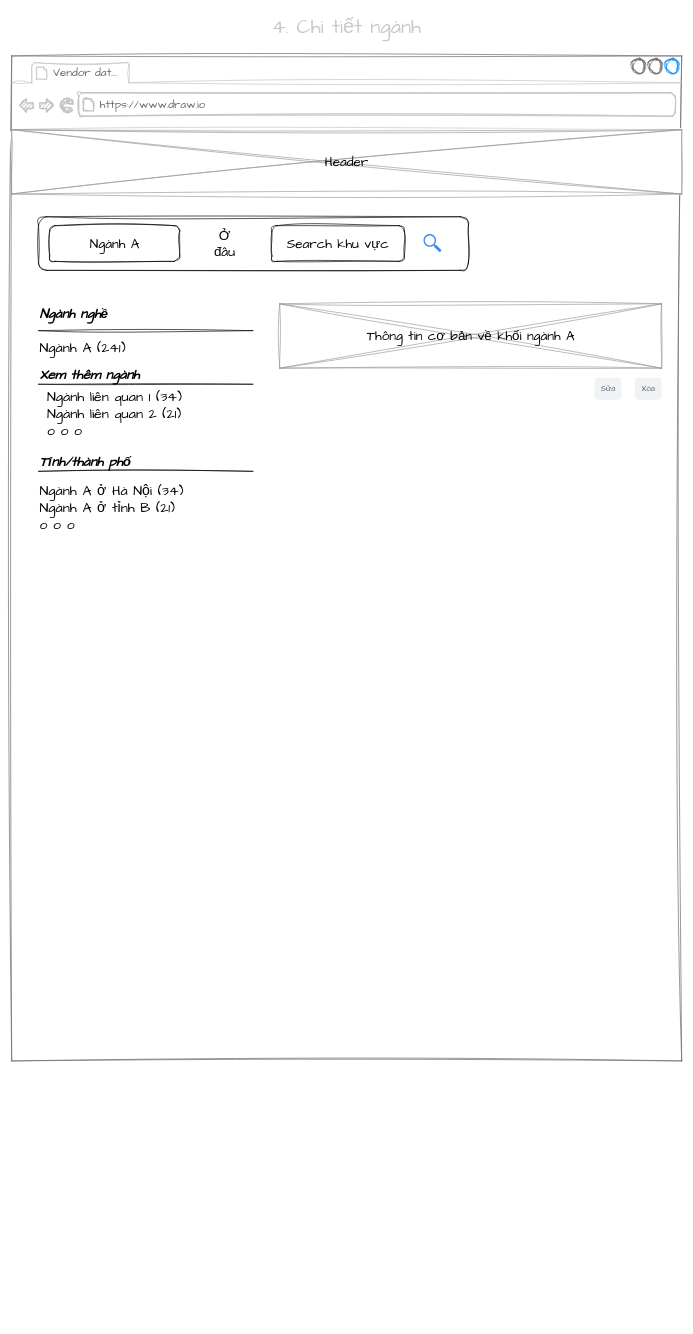
Earlier version of the draw.io diagram page "4. Chi tiết ngành" (5 of 9) of Wireframing/PV Yellow/index.drawio (duydd25031999/TC_note). Source tidied: cells renumbered, new cells numbered last; positions are measured from the earlier drawing's top-left corner, leaving out a move shared by most shapes. Both pictures are drawn from the tidied source at 67%, with x=0, y=0 at pixel (11, 15).
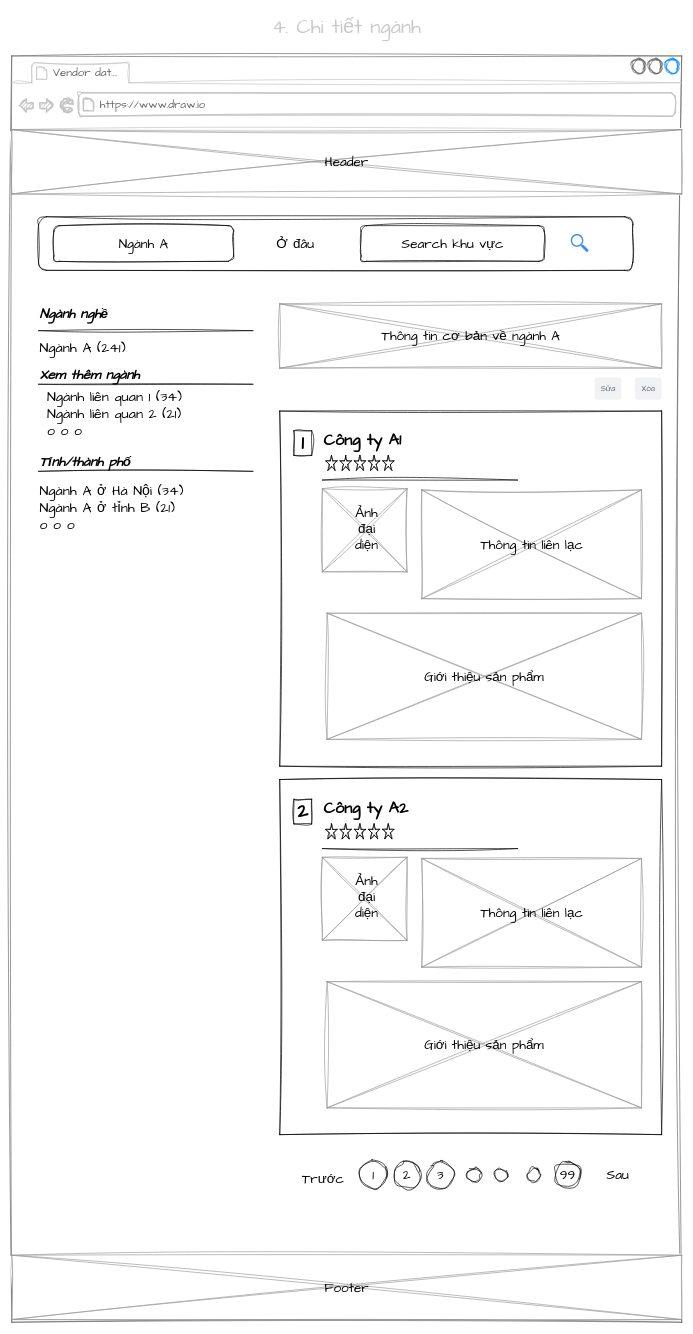
Above is the later version.

Unchanged cells that the change refers to:
```xml
<mxCell id="14" style="group;" parent="2" vertex="1">
  <mxGeometry x="400" y="370" width="570" height="96" as="geometry" />
</mxCell>
```

Diff of the diagram source:
```diff
@@
     <mxCell id="2" style="strokeWidth=1;shadow=0;dashed=0;align=center;html=1;shape=mxgraph.mockup.containers.browserWindow;rSize=0;strokeColor=#666666;strokeColor2=#008cff;strokeColor3=#c4c4c4;mainText=,;hachureGap=4;fontFamily=Architects Daughter;fontSize=20;rounded=0;sketch=1;curveFitting=1;jiggle=2;" parent="1" vertex="1">
-      <mxGeometry y="60" width="1000" height="1500" as="geometry" />
+      <mxGeometry y="60" width="1000" height="1890" as="geometry" />
     </mxCell>
@@
     <mxCell id="5" style="group;" parent="2" vertex="1">
-      <mxGeometry x="40" y="240" width="680" height="80" as="geometry" />
+      <mxGeometry x="40" y="240" width="940" height="80" as="geometry" />
     </mxCell>
     <mxCell id="6" style="rounded=1;whiteSpace=wrap;html=1;sketch=1;hachureGap=4;jiggle=2;curveFitting=1;fontFamily=Architects Daughter;fontSize=20;" parent="5" vertex="1">
-      <mxGeometry width="641.7" height="80" as="geometry" />
+      <mxGeometry width="887" height="80" as="geometry" />
     </mxCell>
     <mxCell id="7" value="Ngành A" style="rounded=1;whiteSpace=wrap;html=1;sketch=1;hachureGap=4;jiggle=2;curveFitting=1;fontFamily=Architects Daughter;fontSize=20;" parent="5" vertex="1">
-      <mxGeometry x="16.6" y="13.3" width="194.1" height="53.3" as="geometry" />
+      <mxGeometry x="22.9" y="13.3" width="268.3" height="53.3" as="geometry" />
     </mxCell>
     <mxCell id="8" value="Ở đâu" style="text;html=1;strokeColor=none;fillColor=none;align=center;verticalAlign=middle;whiteSpace=wrap;rounded=0;sketch=1;hachureGap=4;jiggle=2;curveFitting=1;fontFamily=Architects Daughter;fontSize=20;" parent="5" vertex="1">
-      <mxGeometry x="249" y="26.7" width="57.5" height="26.7" as="geometry" />
+      <mxGeometry x="344.2" y="26.7" width="79.4" height="26.7" as="geometry" />
     </mxCell>
     <mxCell id="9" value="Search khu vực" style="rounded=1;whiteSpace=wrap;html=1;sketch=1;hachureGap=4;jiggle=2;curveFitting=1;fontFamily=Architects Daughter;fontSize=20;" parent="5" vertex="1">
-      <mxGeometry x="348.3" y="13.3" width="197.6" height="53.3" as="geometry" />
+      <mxGeometry x="481.5" y="13.3" width="273.2" height="53.3" as="geometry" />
     </mxCell>
     <mxCell id="10" style="sketch=0;html=1;strokeColor=none;shadow=0;align=center;verticalAlign=top;fillColor=#3B8DF1;shape=mxgraph.gcp2.search;hachureGap=4;jiggle=2;curveFitting=1;fontFamily=Architects Daughter;fontSize=20;" parent="5" vertex="1">
-      <mxGeometry x="574.6" y="25.9" width="26.7" height="27" as="geometry" />
+      <mxGeometry x="794.4" y="25.9" width="26.7" height="27" as="geometry" />
     </mxCell>
@@
-    <mxCell id="16" value="Thông tin cơ bản về khối ngành A" style="text;html=1;strokeColor=none;fillColor=none;align=center;verticalAlign=middle;whiteSpace=wrap;rounded=0;sketch=1;hachureGap=4;jiggle=2;curveFitting=1;fontFamily=Architects Daughter;fontSize=20;" parent="14" vertex="1">
+    <mxCell id="16" value="Thông tin cơ bản về ngành A" style="text;html=1;strokeColor=none;fillColor=none;align=center;verticalAlign=middle;whiteSpace=wrap;rounded=0;sketch=1;hachureGap=4;jiggle=2;curveFitting=1;fontFamily=Architects Daughter;fontSize=20;" parent="14" vertex="1">
       <mxGeometry x="118.6" y="33" width="332.7" height="30" as="geometry" />
     </mxCell>
@@
+    <mxCell id="29" style="group;" parent="2" vertex="1">
+      <mxGeometry x="400" y="530" width="570" height="530" as="geometry" />
+    </mxCell>
+    <mxCell id="30" style="rounded=0;whiteSpace=wrap;html=1;labelBackgroundColor=none;sketch=1;hachureGap=4;jiggle=2;curveFitting=1;fontFamily=Architects Daughter;fontSize=21;fontColor=default;fillColor=none;" parent="29" vertex="1">
+      <mxGeometry width="570" height="530" as="geometry" />
+    </mxCell>
+    <mxCell id="31" value="Công ty A1" style="text;strokeColor=none;fillColor=none;html=1;fontSize=24;fontStyle=1;verticalAlign=middle;align=left;labelBackgroundColor=none;sketch=1;hachureGap=4;jiggle=2;curveFitting=1;fontFamily=Architects Daughter;fontColor=default;" parent="29" vertex="1">
+      <mxGeometry x="63.6" y="22.1" width="84.8" height="44.2" as="geometry" />
+    </mxCell>
+    <mxCell id="32" style="group;" parent="29" vertex="1">
+      <mxGeometry x="63.6" y="110.4" width="126.4" height="129.6" as="geometry" />
+    </mxCell>
+    <mxCell id="33" style="group;" parent="32" vertex="1">
+      <mxGeometry width="126.4" height="129.6" as="geometry" />
+    </mxCell>
+    <mxCell id="34" style="verticalLabelPosition=bottom;shadow=0;dashed=0;align=center;html=1;verticalAlign=top;strokeWidth=1;shape=mxgraph.mockup.graphics.simpleIcon;strokeColor=#999999;sketch=1;hachureGap=4;jiggle=2;curveFitting=1;fontFamily=Architects Daughter;fontSize=20;" parent="33" vertex="1">
+      <mxGeometry y="5.6" width="126.4" height="124" as="geometry" />
+    </mxCell>
+    <mxCell id="35" value="Ảnh đại diện" style="text;html=1;strokeColor=none;fillColor=none;align=center;verticalAlign=middle;whiteSpace=wrap;rounded=0;sketch=1;hachureGap=4;jiggle=2;curveFitting=1;fontFamily=Architects Daughter;fontSize=20;" parent="33" vertex="1">
+      <mxGeometry x="36.9" y="56.4" width="57.9" height="16.9" as="geometry" />
+    </mxCell>
+    <mxCell id="36" style="group;" parent="29" vertex="1">
+      <mxGeometry x="386.9" y="132.5" width="127.2" height="169.2" as="geometry" />
+    </mxCell>
+    <mxCell id="37" style="verticalLabelPosition=bottom;verticalAlign=top;html=1;shape=mxgraph.basic.star;sketch=1;hachureGap=4;jiggle=2;curveFitting=1;fontFamily=Architects Daughter;fontSize=20;" parent="29" vertex="1">
+      <mxGeometry x="68.9" y="66.2" width="16.7" height="22.1" as="geometry" />
+    </mxCell>
+    <mxCell id="38" value="&lt;b&gt;&lt;font style=&quot;font-size: 28px;&quot;&gt;1&lt;/font&gt;&lt;/b&gt;" style="rounded=0;whiteSpace=wrap;html=1;sketch=1;hachureGap=4;jiggle=2;curveFitting=1;fontFamily=Architects Daughter;fontSize=20;" parent="29" vertex="1">
+      <mxGeometry x="21.2" y="29.4" width="26.5" height="36.8" as="geometry" />
+    </mxCell>
+    <mxCell id="39" style="verticalLabelPosition=bottom;verticalAlign=top;html=1;shape=mxgraph.basic.star;sketch=1;hachureGap=4;jiggle=2;curveFitting=1;fontFamily=Architects Daughter;fontSize=20;" parent="29" vertex="1">
+      <mxGeometry x="90.1" y="66.2" width="16.7" height="22.1" as="geometry" />
+    </mxCell>
+    <mxCell id="40" style="verticalLabelPosition=bottom;verticalAlign=top;html=1;shape=mxgraph.basic.star;sketch=1;hachureGap=4;jiggle=2;curveFitting=1;fontFamily=Architects Daughter;fontSize=20;" parent="29" vertex="1">
+      <mxGeometry x="132.5" y="66.2" width="16.7" height="22.1" as="geometry" />
+    </mxCell>
+    <mxCell id="41" style="verticalLabelPosition=bottom;verticalAlign=top;html=1;shape=mxgraph.basic.star;sketch=1;hachureGap=4;jiggle=2;curveFitting=1;fontFamily=Architects Daughter;fontSize=20;" parent="29" vertex="1">
+      <mxGeometry x="111.3" y="66.2" width="16.7" height="22.1" as="geometry" />
+    </mxCell>
+    <mxCell id="42" style="verticalLabelPosition=bottom;verticalAlign=top;html=1;shape=mxgraph.basic.star;sketch=1;hachureGap=4;jiggle=2;curveFitting=1;fontFamily=Architects Daughter;fontSize=20;" parent="29" vertex="1">
+      <mxGeometry x="153.7" y="66.2" width="16.7" height="22.1" as="geometry" />
+    </mxCell>
+    <mxCell id="43" style="endArrow=none;html=1;sketch=1;hachureGap=4;jiggle=2;curveFitting=1;fontFamily=Architects Daughter;fontSize=28;" parent="29" edge="1">
+      <mxGeometry relative="1" as="geometry">
+        <mxPoint x="63.6" y="103" as="sourcePoint" />
+        <mxPoint x="355.1" y="103" as="targetPoint" />
+      </mxGeometry>
+    </mxCell>
+    <mxCell id="44" style="group;" parent="29" vertex="1">
+      <mxGeometry x="212" y="117.7" width="328" height="162.3" as="geometry" />
+    </mxCell>
+    <mxCell id="45" style="verticalLabelPosition=bottom;shadow=0;dashed=0;align=center;html=1;verticalAlign=top;strokeWidth=1;shape=mxgraph.mockup.graphics.simpleIcon;strokeColor=#999999;sketch=1;hachureGap=4;jiggle=2;curveFitting=1;fontFamily=Architects Daughter;fontSize=20;" parent="44" vertex="1">
+      <mxGeometry width="328" height="162.3" as="geometry" />
+    </mxCell>
+    <mxCell id="46" value="Thông tin liên lạc" style="text;html=1;strokeColor=none;fillColor=none;align=center;verticalAlign=middle;whiteSpace=wrap;rounded=0;sketch=1;hachureGap=4;jiggle=2;curveFitting=1;fontFamily=Architects Daughter;fontSize=20;" parent="44" vertex="1">
+      <mxGeometry x="79.6" y="73.5" width="168.9" height="15.2" as="geometry" />
+    </mxCell>
+    <mxCell id="47" style="verticalLabelPosition=bottom;shadow=0;dashed=0;align=center;html=1;verticalAlign=top;strokeWidth=1;shape=mxgraph.mockup.graphics.simpleIcon;strokeColor=#999999;sketch=1;hachureGap=4;jiggle=2;curveFitting=1;fontFamily=Architects Daughter;fontSize=20;" parent="29" vertex="1">
+      <mxGeometry x="70.7" y="301.7" width="469.3" height="188.3" as="geometry" />
+    </mxCell>
+    <mxCell id="48" value="Giới thiệu sản phẩm" style="text;html=1;strokeColor=none;fillColor=none;align=center;verticalAlign=middle;whiteSpace=wrap;rounded=0;sketch=1;hachureGap=4;jiggle=2;curveFitting=1;fontFamily=Architects Daughter;fontSize=20;" parent="29" vertex="1">
+      <mxGeometry x="210" y="378.3" width="190.8" height="35.2" as="geometry" />
+    </mxCell>
+    <mxCell id="49" style="group;" parent="2" vertex="1">
+      <mxGeometry x="400" y="1080" width="570" height="530" as="geometry" />
+    </mxCell>
+    <mxCell id="50" style="rounded=0;whiteSpace=wrap;html=1;labelBackgroundColor=none;sketch=1;hachureGap=4;jiggle=2;curveFitting=1;fontFamily=Architects Daughter;fontSize=21;fontColor=default;fillColor=none;" parent="49" vertex="1">
+      <mxGeometry width="570" height="530" as="geometry" />
+    </mxCell>
+    <mxCell id="51" value="Công ty A2" style="text;strokeColor=none;fillColor=none;html=1;fontSize=24;fontStyle=1;verticalAlign=middle;align=left;labelBackgroundColor=none;sketch=1;hachureGap=4;jiggle=2;curveFitting=1;fontFamily=Architects Daughter;fontColor=default;" parent="49" vertex="1">
+      <mxGeometry x="63.6" y="22.1" width="136.4" height="44.1" as="geometry" />
+    </mxCell>
+    <mxCell id="52" style="group;" parent="49" vertex="1">
+      <mxGeometry x="63.6" y="110.4" width="126.4" height="129.6" as="geometry" />
+    </mxCell>
+    <mxCell id="53" style="group;" parent="52" vertex="1">
+      <mxGeometry width="126.4" height="129.6" as="geometry" />
+    </mxCell>
+    <mxCell id="54" style="verticalLabelPosition=bottom;shadow=0;dashed=0;align=center;html=1;verticalAlign=top;strokeWidth=1;shape=mxgraph.mockup.graphics.simpleIcon;strokeColor=#999999;sketch=1;hachureGap=4;jiggle=2;curveFitting=1;fontFamily=Architects Daughter;fontSize=20;" parent="53" vertex="1">
+      <mxGeometry y="5.6" width="126.4" height="124" as="geometry" />
+    </mxCell>
+    <mxCell id="55" value="Ảnh đại diện" style="text;html=1;strokeColor=none;fillColor=none;align=center;verticalAlign=middle;whiteSpace=wrap;rounded=0;sketch=1;hachureGap=4;jiggle=2;curveFitting=1;fontFamily=Architects Daughter;fontSize=20;" parent="53" vertex="1">
+      <mxGeometry x="36.9" y="56.4" width="57.9" height="16.9" as="geometry" />
+    </mxCell>
+    <mxCell id="56" style="group;" parent="49" vertex="1">
+      <mxGeometry x="386.9" y="132.5" width="127.2" height="169.2" as="geometry" />
+    </mxCell>
+    <mxCell id="57" style="verticalLabelPosition=bottom;verticalAlign=top;html=1;shape=mxgraph.basic.star;sketch=1;hachureGap=4;jiggle=2;curveFitting=1;fontFamily=Architects Daughter;fontSize=20;" parent="49" vertex="1">
+      <mxGeometry x="68.9" y="66.2" width="16.7" height="22.1" as="geometry" />
+    </mxCell>
+    <mxCell id="58" value="&lt;span style=&quot;font-size: 28px;&quot;&gt;&lt;b&gt;2&lt;/b&gt;&lt;/span&gt;" style="rounded=0;whiteSpace=wrap;html=1;sketch=1;hachureGap=4;jiggle=2;curveFitting=1;fontFamily=Architects Daughter;fontSize=20;" parent="49" vertex="1">
+      <mxGeometry x="21.2" y="29.4" width="26.5" height="36.8" as="geometry" />
+    </mxCell>
+    <mxCell id="59" style="verticalLabelPosition=bottom;verticalAlign=top;html=1;shape=mxgraph.basic.star;sketch=1;hachureGap=4;jiggle=2;curveFitting=1;fontFamily=Architects Daughter;fontSize=20;" parent="49" vertex="1">
+      <mxGeometry x="90.1" y="66.2" width="16.7" height="22.1" as="geometry" />
+    </mxCell>
+    <mxCell id="60" style="verticalLabelPosition=bottom;verticalAlign=top;html=1;shape=mxgraph.basic.star;sketch=1;hachureGap=4;jiggle=2;curveFitting=1;fontFamily=Architects Daughter;fontSize=20;" parent="49" vertex="1">
+      <mxGeometry x="132.5" y="66.2" width="16.7" height="22.1" as="geometry" />
+    </mxCell>
+    <mxCell id="61" style="verticalLabelPosition=bottom;verticalAlign=top;html=1;shape=mxgraph.basic.star;sketch=1;hachureGap=4;jiggle=2;curveFitting=1;fontFamily=Architects Daughter;fontSize=20;" parent="49" vertex="1">
+      <mxGeometry x="111.3" y="66.2" width="16.7" height="22.1" as="geometry" />
+    </mxCell>
+    <mxCell id="62" style="verticalLabelPosition=bottom;verticalAlign=top;html=1;shape=mxgraph.basic.star;sketch=1;hachureGap=4;jiggle=2;curveFitting=1;fontFamily=Architects Daughter;fontSize=20;" parent="49" vertex="1">
+      <mxGeometry x="153.7" y="66.2" width="16.7" height="22.1" as="geometry" />
+    </mxCell>
+    <mxCell id="63" style="endArrow=none;html=1;sketch=1;hachureGap=4;jiggle=2;curveFitting=1;fontFamily=Architects Daughter;fontSize=28;" parent="49" edge="1">
+      <mxGeometry relative="1" as="geometry">
+        <mxPoint x="63.6" y="103" as="sourcePoint" />
+        <mxPoint x="355.1" y="103" as="targetPoint" />
+      </mxGeometry>
+    </mxCell>
+    <mxCell id="64" style="group;" parent="49" vertex="1">
+      <mxGeometry x="212" y="117.7" width="328" height="162.3" as="geometry" />
+    </mxCell>
+    <mxCell id="65" style="verticalLabelPosition=bottom;shadow=0;dashed=0;align=center;html=1;verticalAlign=top;strokeWidth=1;shape=mxgraph.mockup.graphics.simpleIcon;strokeColor=#999999;sketch=1;hachureGap=4;jiggle=2;curveFitting=1;fontFamily=Architects Daughter;fontSize=20;" parent="64" vertex="1">
+      <mxGeometry width="328" height="162.3" as="geometry" />
+    </mxCell>
+    <mxCell id="66" value="Thông tin liên lạc" style="text;html=1;strokeColor=none;fillColor=none;align=center;verticalAlign=middle;whiteSpace=wrap;rounded=0;sketch=1;hachureGap=4;jiggle=2;curveFitting=1;fontFamily=Architects Daughter;fontSize=20;" parent="64" vertex="1">
+      <mxGeometry x="79.6" y="73.5" width="168.9" height="15.2" as="geometry" />
+    </mxCell>
+    <mxCell id="67" style="verticalLabelPosition=bottom;shadow=0;dashed=0;align=center;html=1;verticalAlign=top;strokeWidth=1;shape=mxgraph.mockup.graphics.simpleIcon;strokeColor=#999999;sketch=1;hachureGap=4;jiggle=2;curveFitting=1;fontFamily=Architects Daughter;fontSize=20;" parent="49" vertex="1">
+      <mxGeometry x="70.7" y="301.7" width="469.3" height="188.3" as="geometry" />
+    </mxCell>
+    <mxCell id="68" value="Giới thiệu sản phẩm" style="text;html=1;strokeColor=none;fillColor=none;align=center;verticalAlign=middle;whiteSpace=wrap;rounded=0;sketch=1;hachureGap=4;jiggle=2;curveFitting=1;fontFamily=Architects Daughter;fontSize=20;" parent="49" vertex="1">
+      <mxGeometry x="210" y="378.3" width="190.8" height="35.2" as="geometry" />
+    </mxCell>
+    <mxCell id="69" style="group;" parent="2" vertex="1">
+      <mxGeometry x="420" y="1650" width="530" height="40" as="geometry" />
+    </mxCell>
+    <mxCell id="70" value="1" style="ellipse;whiteSpace=wrap;html=1;sketch=1;hachureGap=4;jiggle=2;curveFitting=1;fontFamily=Architects Daughter;fontSize=20;" parent="69" vertex="1">
+      <mxGeometry x="100" width="40" height="40" as="geometry" />
+    </mxCell>
+    <mxCell id="71" value="2" style="ellipse;whiteSpace=wrap;html=1;sketch=1;hachureGap=4;jiggle=2;curveFitting=1;fontFamily=Architects Daughter;fontSize=20;" parent="69" vertex="1">
+      <mxGeometry x="150" width="40" height="40" as="geometry" />
+    </mxCell>
+    <mxCell id="72" value="3" style="ellipse;whiteSpace=wrap;html=1;sketch=1;hachureGap=4;jiggle=2;curveFitting=1;fontFamily=Architects Daughter;fontSize=20;" parent="69" vertex="1">
+      <mxGeometry x="200" width="40" height="40" as="geometry" />
+    </mxCell>
+    <mxCell id="73" style="ellipse;whiteSpace=wrap;html=1;sketch=1;hachureGap=4;jiggle=2;curveFitting=1;fontFamily=Architects Daughter;fontSize=20;" parent="69" vertex="1">
+      <mxGeometry x="260" y="10" width="20" height="20" as="geometry" />
+    </mxCell>
+    <mxCell id="74" style="ellipse;whiteSpace=wrap;html=1;sketch=1;hachureGap=4;jiggle=2;curveFitting=1;fontFamily=Architects Daughter;fontSize=20;" parent="69" vertex="1">
+      <mxGeometry x="300" y="10" width="20" height="20" as="geometry" />
+    </mxCell>
+    <mxCell id="75" style="ellipse;whiteSpace=wrap;html=1;sketch=1;hachureGap=4;jiggle=2;curveFitting=1;fontFamily=Architects Daughter;fontSize=20;" parent="69" vertex="1">
+      <mxGeometry x="350" y="10" width="20" height="20" as="geometry" />
+    </mxCell>
+    <mxCell id="76" value="99" style="ellipse;whiteSpace=wrap;html=1;sketch=1;hachureGap=4;jiggle=2;curveFitting=1;fontFamily=Architects Daughter;fontSize=20;" parent="69" vertex="1">
+      <mxGeometry x="390" width="40" height="40" as="geometry" />
+    </mxCell>
+    <mxCell id="77" value="Sau" style="text;html=1;strokeColor=none;fillColor=none;align=center;verticalAlign=middle;whiteSpace=wrap;rounded=0;sketch=1;hachureGap=4;jiggle=2;curveFitting=1;fontFamily=Architects Daughter;fontSize=20;" parent="69" vertex="1">
+      <mxGeometry x="440" y="5" width="90" height="30" as="geometry" />
+    </mxCell>
+    <mxCell id="78" value="Trước" style="text;html=1;strokeColor=none;fillColor=none;align=center;verticalAlign=middle;whiteSpace=wrap;rounded=0;sketch=1;hachureGap=4;jiggle=2;curveFitting=1;fontFamily=Architects Daughter;fontSize=20;" parent="69" vertex="1">
+      <mxGeometry y="10" width="90" height="30" as="geometry" />
+    </mxCell>
@@
+    <mxCell id="79" style="group;" parent="1" vertex="1">
+      <mxGeometry y="1850" width="1000" height="96" as="geometry" />
+    </mxCell>
+    <mxCell id="80" style="verticalLabelPosition=bottom;shadow=0;dashed=0;align=center;html=1;verticalAlign=top;strokeWidth=1;shape=mxgraph.mockup.graphics.simpleIcon;strokeColor=#999999;sketch=1;hachureGap=4;jiggle=2;curveFitting=1;fontFamily=Architects Daughter;fontSize=20;" parent="79" vertex="1">
+      <mxGeometry width="1000" height="96" as="geometry" />
+    </mxCell>
+    <mxCell id="81" value="Footer" style="text;html=1;strokeColor=none;fillColor=none;align=center;verticalAlign=middle;whiteSpace=wrap;rounded=0;sketch=1;hachureGap=4;jiggle=2;curveFitting=1;fontFamily=Architects Daughter;fontSize=20;" parent="79" vertex="1">
+      <mxGeometry x="270.8" y="33" width="458.3" height="30" as="geometry" />
+    </mxCell>
```
